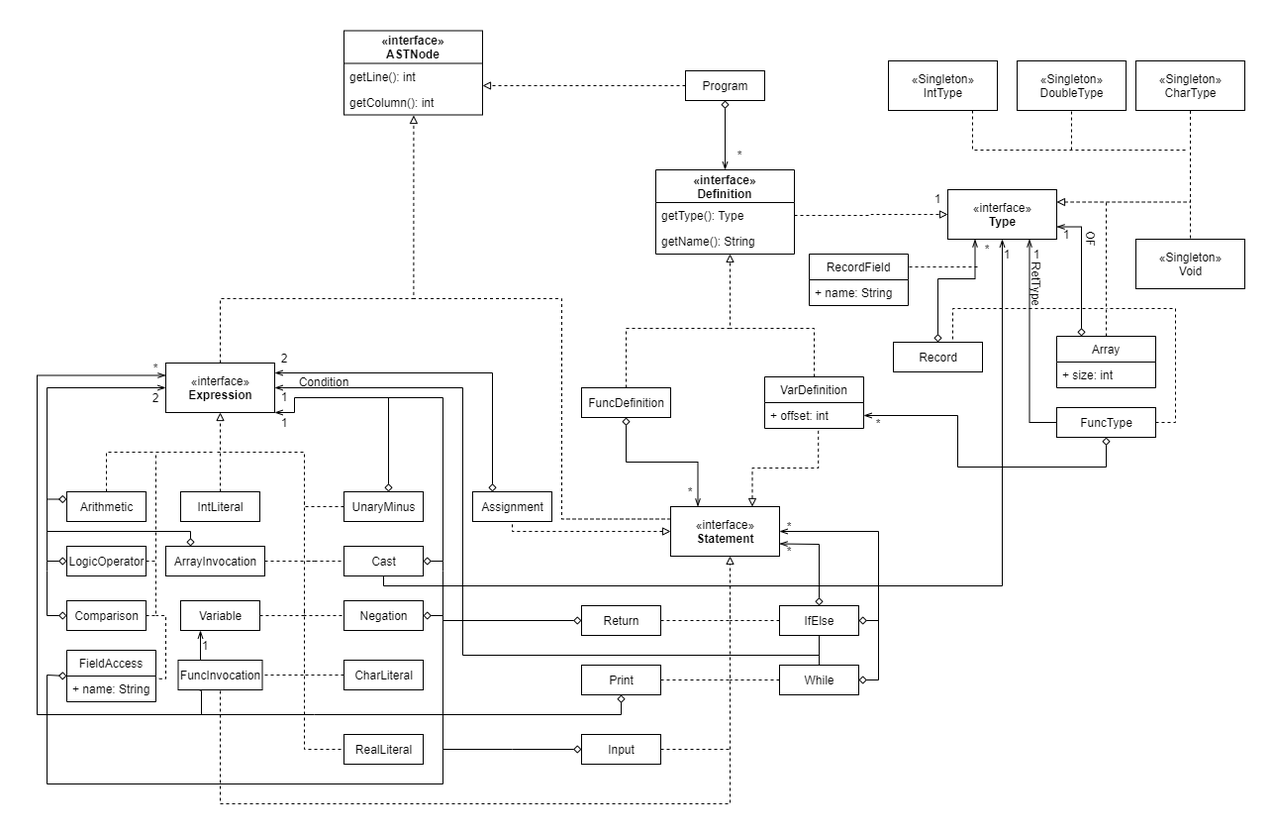
Before: UML.png, a diagram exported from draw.io (sofimrtn/Compiler). Source tidied: cells renumbered, new cells last; positions are measured from the earlier drawing's top-left corner, leaving out a move shared by most shapes.
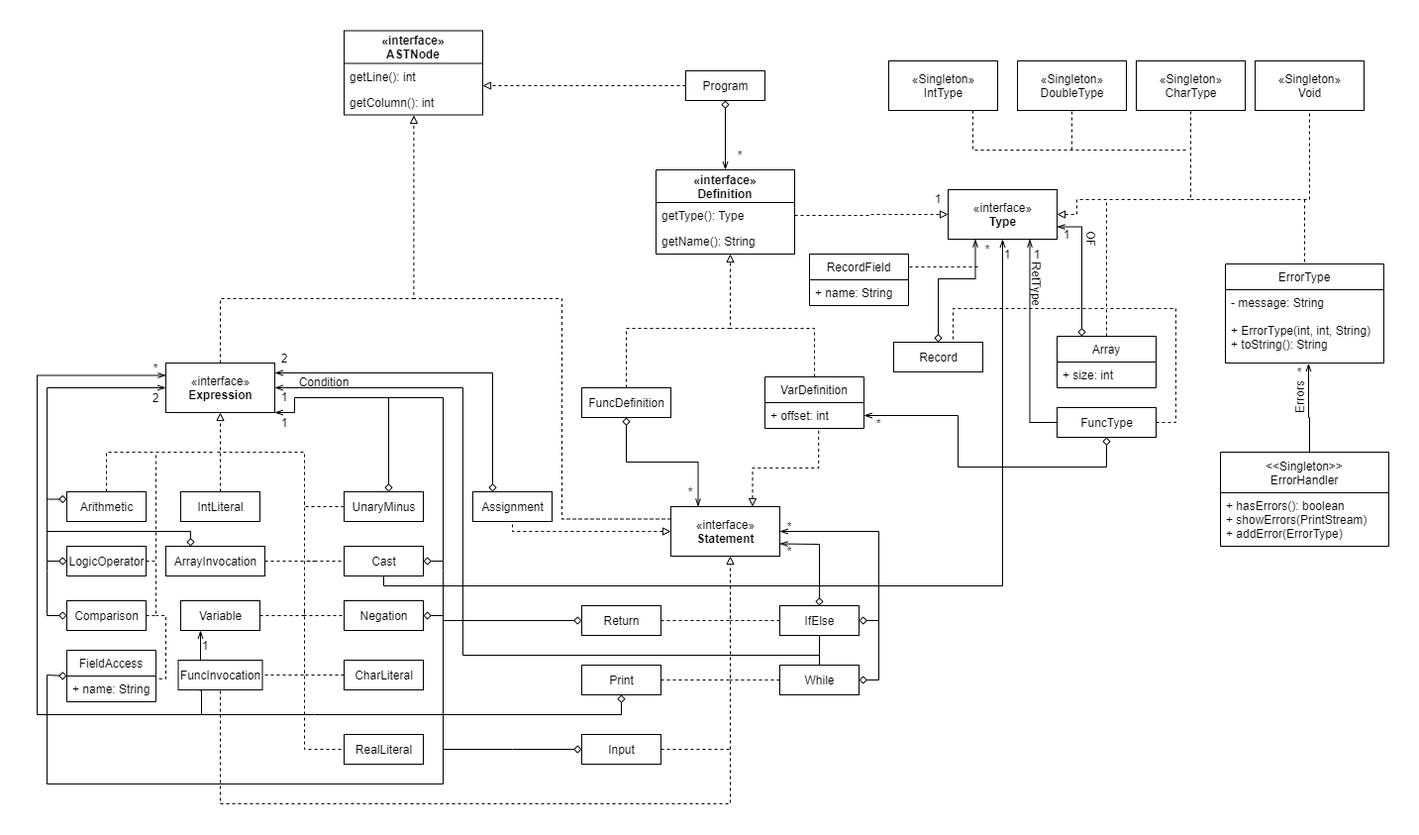
Later version of the same file.

Diff of the diagram source:
```diff
@@ -112,11 +112,12 @@
     <mxCell id="24" value="1" style="text;html=1;strokeColor=none;fillColor=none;align=center;verticalAlign=middle;whiteSpace=wrap;rounded=0;" parent="1" vertex="1">
       <mxGeometry x="240" y="364" width="20" height="10" as="geometry" />
     </mxCell>
-    <mxCell id="25" style="edgeStyle=orthogonalEdgeStyle;rounded=0;jettySize=auto;html=1;startArrow=block;startFill=0;endArrow=none;endFill=0;dashed=1;entryX=0.5;entryY=1;entryDx=0;entryDy=0;exitX=1;exitY=0.25;exitDx=0;exitDy=0;" parent="1" edge="1" source="26" target="119">
+    <mxCell id="25" style="edgeStyle=orthogonalEdgeStyle;rounded=0;jettySize=auto;html=1;startArrow=block;startFill=0;endArrow=none;endFill=0;dashed=1;entryX=0.5;entryY=1;entryDx=0;entryDy=0;exitX=1;exitY=0.5;exitDx=0;exitDy=0;" parent="1" edge="1" source="26" target="119">
       <mxGeometry relative="1" as="geometry">
         <Array as="points">
-          <mxPoint x="1165" y="173" />
-          <mxPoint x="1165" y="80" />
+          <mxPoint x="1050" y="185" />
+          <mxPoint x="1050" y="170" />
+          <mxPoint x="1165" y="170" />
         </Array>
       </mxGeometry>
     </mxCell>
@@ -625,9 +626,12 @@
         </Array>
       </mxGeometry>
     </mxCell>
-    <mxCell id="116" style="edgeStyle=orthogonalEdgeStyle;rounded=0;jettySize=auto;html=1;startArrow=none;startFill=0;endArrow=none;endFill=0;dashed=1;entryX=0.5;entryY=0;entryDx=0;entryDy=0;" parent="1" edge="1" target="122">
+    <mxCell id="116" style="edgeStyle=orthogonalEdgeStyle;rounded=0;jettySize=auto;html=1;startArrow=none;startFill=0;endArrow=none;endFill=0;dashed=1;entryX=0.5;entryY=1;entryDx=0;entryDy=0;" parent="1" edge="1" target="122">
       <mxGeometry relative="1" as="geometry">
         <mxPoint x="1165" y="170" as="sourcePoint" />
+        <Array as="points">
+          <mxPoint x="1285" y="170" />
+        </Array>
       </mxGeometry>
     </mxCell>
     <mxCell id="117" value="«Singleton»&lt;br&gt;DoubleType" style="html=1;" parent="1" vertex="1">
@@ -646,7 +650,7 @@
       <mxGeometry x="1000" y="210" width="20" height="30" as="geometry" />
     </mxCell>
     <mxCell id="122" value="«Singleton»&lt;br&gt;Void" style="html=1;" parent="1" vertex="1">
-      <mxGeometry x="1110" y="210" width="110" height="50" as="geometry" />
+      <mxGeometry x="1230" y="30" width="110" height="50" as="geometry" />
     </mxCell>
     <mxCell id="123" style="endArrow=none;html=1;entryX=0.5;entryY=1;entryDx=0;entryDy=0;" parent="1" edge="1" target="68">
       <mxGeometry relative="1" as="geometry">
@@ -663,5 +667,41 @@
     <mxCell id="125" value="*" style="text;html=1;strokeColor=none;fillColor=none;align=center;verticalAlign=middle;whiteSpace=wrap;rounded=0;" parent="1" vertex="1">
       <mxGeometry x="750" y="520" width="20" height="10" as="geometry" />
     </mxCell>
+    <mxCell id="126" value="&lt;&lt;Singleton&gt;&gt;&#10;ErrorHandler" style="swimlane;fontStyle=0;horizontal=1;startSize=41;fillColor=none;" parent="1" vertex="1">
+      <mxGeometry x="1195" y="425" width="170" height="95" as="geometry" />
+    </mxCell>
+    <mxCell id="127" value="+ hasErrors(): boolean&#10;+ showErrors(PrintStream)&#10;+ addError(ErrorType)" style="text;strokeColor=none;fillColor=none;align=left;verticalAlign=top;spacingLeft=4;spacingRight=4;overflow=hidden;" parent="126" vertex="1">
+      <mxGeometry y="41" width="170" height="54" as="geometry" />
+    </mxCell>
+    <mxCell id="128" value="ErrorType" style="swimlane;fontStyle=0;horizontal=1;startSize=26;fillColor=none;" parent="1" vertex="1">
+      <mxGeometry x="1200" y="235" width="160" height="100" as="geometry" />
+    </mxCell>
+    <mxCell id="129" value="- message: String&#10;&#10;+ ErrorType(int, int, String)&#10;+ toString(): String" style="text;strokeColor=none;fillColor=none;align=left;verticalAlign=top;spacingLeft=4;spacingRight=4;overflow=hidden;points=[[0,0.5],[1,0.5]];portConstraint=eastwest;" parent="128" vertex="1">
+      <mxGeometry y="26" width="160" height="74" as="geometry" />
+    </mxCell>
+    <mxCell id="130" style="edgeStyle=orthogonalEdgeStyle;rounded=0;jettySize=auto;html=1;startArrow=none;startFill=0;endArrow=none;endFill=0;dashed=1;" parent="1" edge="1" target="128">
+      <mxGeometry relative="1" as="geometry">
+        <mxPoint x="1280" y="170" as="sourcePoint" />
+        <Array as="points">
+          <mxPoint x="1280" y="200" />
+          <mxPoint x="1280" y="200" />
+        </Array>
+      </mxGeometry>
+    </mxCell>
+    <mxCell id="131" style="edgeStyle=orthogonalEdgeStyle;rounded=0;jettySize=auto;html=1;endArrow=none;endFill=0;startArrow=openThin;startFill=0;entryX=0.5;entryY=0;entryDx=0;entryDy=0;exitX=0.525;exitY=1.005;exitDx=0;exitDy=0;exitPerimeter=0;" parent="1" edge="1" source="129" target="126">
+      <mxGeometry relative="1" as="geometry">
+        <Array as="points">
+          <mxPoint x="1284" y="390" />
+          <mxPoint x="1285" y="390" />
+          <mxPoint x="1285" y="425" />
+        </Array>
+      </mxGeometry>
+    </mxCell>
+    <mxCell id="132" value="Errors" style="text;html=1;align=center;verticalAlign=middle;rotation=270;" parent="1" vertex="1">
+      <mxGeometry x="1250" y="360" width="50" height="20" as="geometry" />
+    </mxCell>
+    <mxCell id="133" value="*" style="text;html=1;strokeColor=none;fillColor=none;align=center;verticalAlign=middle;whiteSpace=wrap;rounded=0;" parent="1" vertex="1">
+      <mxGeometry x="1265" y="339" width="20" height="10" as="geometry" />
+    </mxCell>
   </root>
 </mxGraphModel>
```
